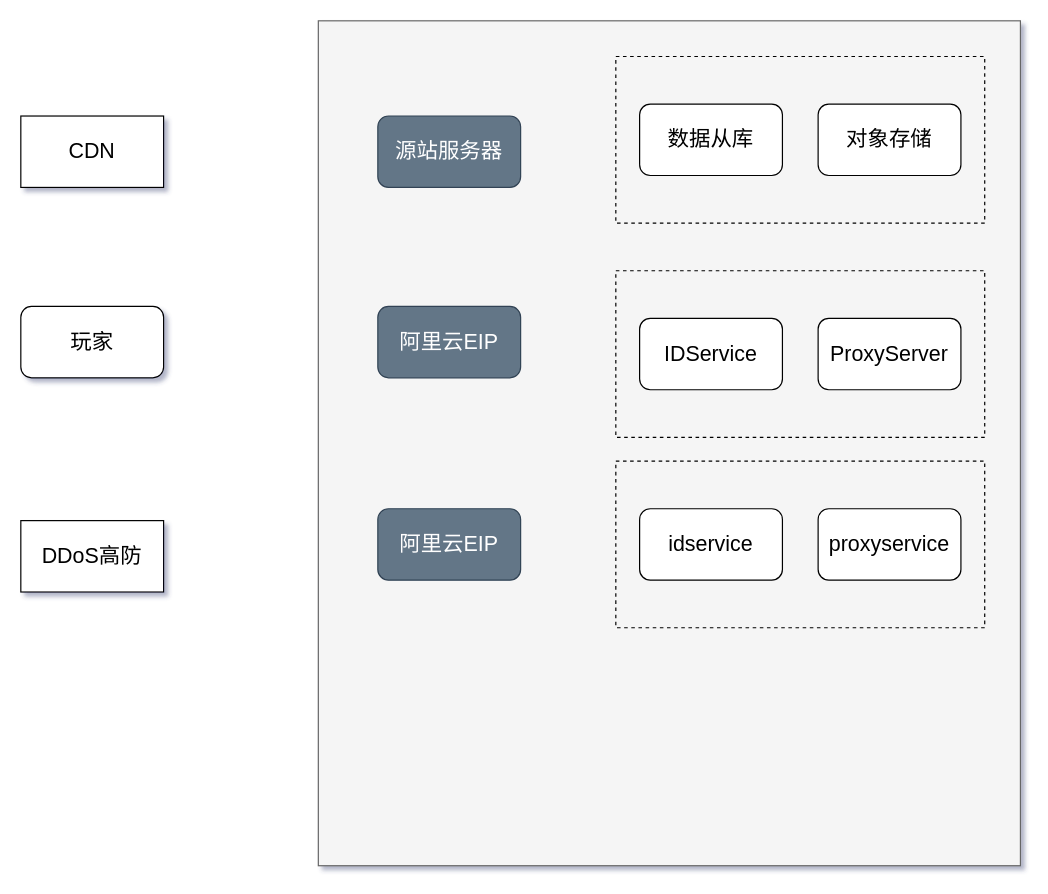
Above: Untitled Diagram.drawio in Tonnnnnny/zhaozhiyang (draw.io), before the change. Source tidied: cells renumbered, new cells numbered last; positions are measured from the earlier drawing's top-left corner, leaving out a move shared by most shapes. Both pictures are drawn from the tidied source at 119%, with x=0, y=0 at pixel (20, 20).
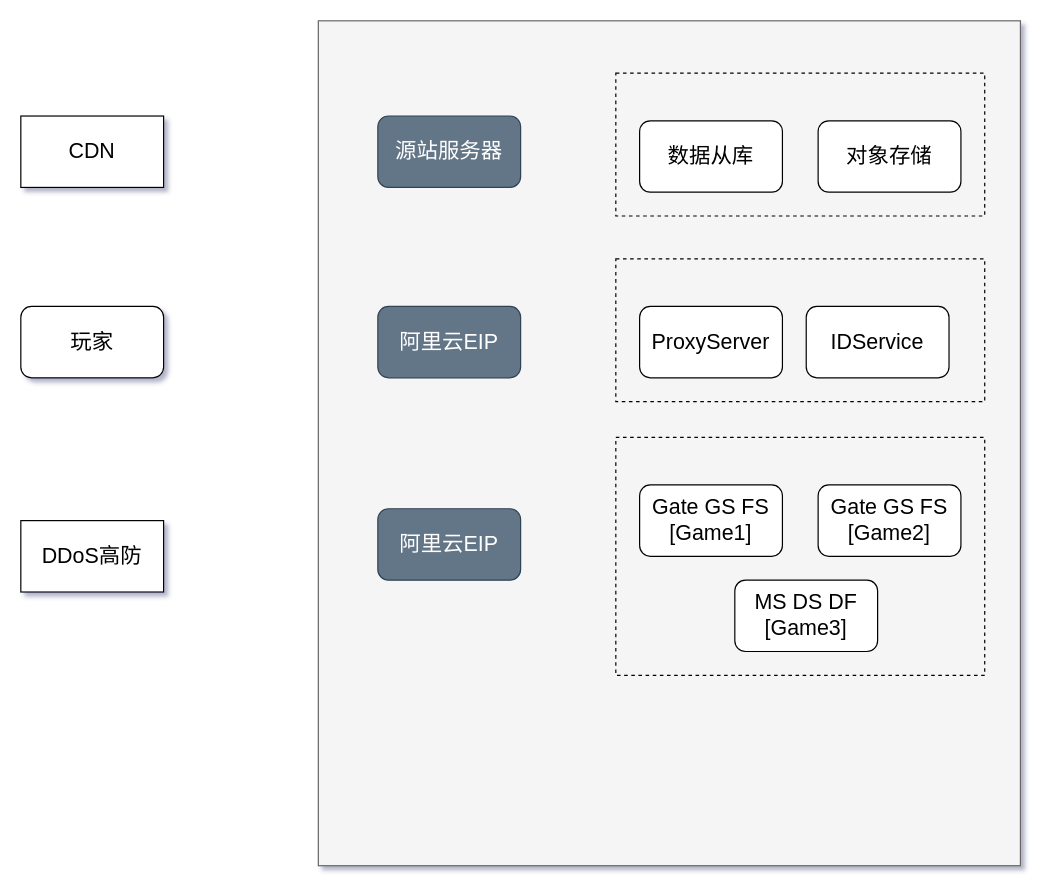
Above is the later version.

The edit, as a diff of the source:
```diff
@@
 <mxGraphModel shadow="1">
   <root>
     <mxCell id="0" />
     <mxCell id="1" parent="0" />
     <mxCell id="2" style="rounded=0;whiteSpace=wrap;html=1;fillColor=#f5f5f5;strokeColor=#666666;fontColor=#333333;" parent="1" vertex="1">
       <mxGeometry x="250" width="590" height="710" as="geometry" />
     </mxCell>
     <mxCell id="3" style="rounded=0;whiteSpace=wrap;html=1;dashed=1;fillColor=none;" parent="1" vertex="1">
-      <mxGeometry x="500" y="30" width="310" height="140" as="geometry" />
+      <mxGeometry x="500" y="44" width="310" height="120" as="geometry" />
     </mxCell>
     <mxCell id="4" value="&lt;span style=&quot;font-size: 18px&quot;&gt;数据从库&lt;/span&gt;" style="rounded=1;whiteSpace=wrap;html=1;" parent="1" vertex="1">
-      <mxGeometry x="520" y="70" width="120" height="60" as="geometry" />
+      <mxGeometry x="520" y="84" width="120" height="60" as="geometry" />
     </mxCell>
     <mxCell id="5" value="&lt;span&gt;&lt;span style=&quot;font-weight: normal&quot;&gt;&lt;font color=&quot;#ffffff&quot; style=&quot;font-size: 18px&quot;&gt;阿里云EIP&lt;/font&gt;&lt;/span&gt;&lt;/span&gt;" style="rounded=1;whiteSpace=wrap;html=1;fillColor=#647687;strokeColor=#314354;fontColor=#ffffff;fontStyle=1;" parent="1" vertex="1">
       <mxGeometry x="300" y="240" width="120" height="60" as="geometry" />
     </mxCell>
     <mxCell id="6" value="&lt;span&gt;&lt;font color=&quot;#ffffff&quot; style=&quot;font-size: 18px&quot;&gt;阿里云EIP&lt;/font&gt;&lt;/span&gt;" style="rounded=1;whiteSpace=wrap;html=1;fillColor=#647687;strokeColor=#314354;fontColor=#ffffff;" parent="1" vertex="1">
       <mxGeometry x="300" y="410" width="120" height="60" as="geometry" />
     </mxCell>
     <mxCell id="7" value="&lt;font style=&quot;font-size: 18px&quot;&gt;CDN&lt;/font&gt;" style="rounded=0;whiteSpace=wrap;html=1;strokeColor=#000000;fillColor=#FFFFFF;" parent="1" vertex="1">
       <mxGeometry y="80" width="120" height="60" as="geometry" />
     </mxCell>
     <mxCell id="8" value="&lt;font style=&quot;font-size: 18px&quot;&gt;玩家&lt;/font&gt;" style="rounded=1;whiteSpace=wrap;html=1;strokeColor=#000000;fillColor=#FFFFFF;" parent="1" vertex="1">
       <mxGeometry y="240" width="120" height="60" as="geometry" />
     </mxCell>
     <mxCell id="9" value="&lt;font style=&quot;font-size: 18px&quot;&gt;DDoS高防&lt;/font&gt;" style="rounded=0;whiteSpace=wrap;html=1;strokeColor=#000000;fillColor=#FFFFFF;" parent="1" vertex="1">
       <mxGeometry y="420" width="120" height="60" as="geometry" />
     </mxCell>
     <mxCell id="10" value="&lt;span&gt;&lt;span style=&quot;font-weight: normal&quot;&gt;&lt;font color=&quot;#ffffff&quot; style=&quot;font-size: 18px&quot;&gt;源站服务器&lt;/font&gt;&lt;/span&gt;&lt;/span&gt;" style="rounded=1;whiteSpace=wrap;html=1;fillColor=#647687;strokeColor=#314354;fontColor=#ffffff;fontStyle=1;" parent="1" vertex="1">
       <mxGeometry x="300" y="80" width="120" height="60" as="geometry" />
     </mxCell>
     <mxCell id="11" value="&lt;font style=&quot;font-size: 18px&quot;&gt;对象存储&lt;/font&gt;" style="rounded=1;whiteSpace=wrap;html=1;" parent="1" vertex="1">
-      <mxGeometry x="670" y="70" width="120" height="60" as="geometry" />
+      <mxGeometry x="670" y="84" width="120" height="60" as="geometry" />
     </mxCell>
     <mxCell id="12" style="rounded=0;whiteSpace=wrap;html=1;dashed=1;fillColor=none;" parent="1" vertex="1">
-      <mxGeometry x="500" y="210" width="310" height="140" as="geometry" />
+      <mxGeometry x="500" y="200" width="310" height="120" as="geometry" />
     </mxCell>
     <mxCell id="13" value="&lt;span style=&quot;font-size: 18px&quot;&gt;IDService&lt;/span&gt;" style="rounded=1;whiteSpace=wrap;html=1;" parent="1" vertex="1">
-      <mxGeometry x="520" y="250" width="120" height="60" as="geometry" />
+      <mxGeometry x="660" y="240" width="120" height="60" as="geometry" />
     </mxCell>
     <mxCell id="14" value="&lt;span style=&quot;font-size: 18px&quot;&gt;ProxyServer&lt;/span&gt;" style="rounded=1;whiteSpace=wrap;html=1;" parent="1" vertex="1">
-      <mxGeometry x="670" y="250" width="120" height="60" as="geometry" />
+      <mxGeometry x="520" y="240" width="120" height="60" as="geometry" />
     </mxCell>
     <mxCell id="15" style="rounded=0;whiteSpace=wrap;html=1;dashed=1;fillColor=none;" parent="1" vertex="1">
-      <mxGeometry x="500" y="370" width="310" height="140" as="geometry" />
+      <mxGeometry x="500" y="350" width="310" height="200" as="geometry" />
     </mxCell>
-    <mxCell id="16" value="&lt;span style=&quot;font-size: 18px&quot;&gt;idservice&lt;/span&gt;" style="rounded=1;whiteSpace=wrap;html=1;" parent="1" vertex="1">
-      <mxGeometry x="520" y="410" width="120" height="60" as="geometry" />
+    <mxCell id="16" value="&lt;span style=&quot;font-size: 18px&quot;&gt;Gate GS FS&lt;br&gt;[Game1]&lt;br&gt;&lt;/span&gt;" style="rounded=1;whiteSpace=wrap;html=1;" parent="1" vertex="1">
+      <mxGeometry x="520" y="390" width="120" height="60" as="geometry" />
     </mxCell>
-    <mxCell id="17" value="&lt;span style=&quot;font-size: 18px&quot;&gt;proxyservice&lt;/span&gt;" style="rounded=1;whiteSpace=wrap;html=1;" parent="1" vertex="1">
-      <mxGeometry x="670" y="410" width="120" height="60" as="geometry" />
+    <mxCell id="17" value="&lt;span style=&quot;font-size: 18px&quot;&gt;Gate GS FS&lt;/span&gt;&lt;br style=&quot;font-size: 18px&quot;&gt;&lt;span style=&quot;font-size: 18px&quot;&gt;[Game2]&lt;/span&gt;" style="rounded=1;whiteSpace=wrap;html=1;" parent="1" vertex="1">
+      <mxGeometry x="670" y="390" width="120" height="60" as="geometry" />
     </mxCell>
+    <mxCell id="18" value="&lt;span style=&quot;font-size: 18px&quot;&gt;MS DS DF&lt;br&gt;[Game3]&lt;br&gt;&lt;/span&gt;" style="rounded=1;whiteSpace=wrap;html=1;" parent="1" vertex="1">
+      <mxGeometry x="600" y="470" width="120" height="60" as="geometry" />
+    </mxCell>
   </root>
 </mxGraphModel>
```
